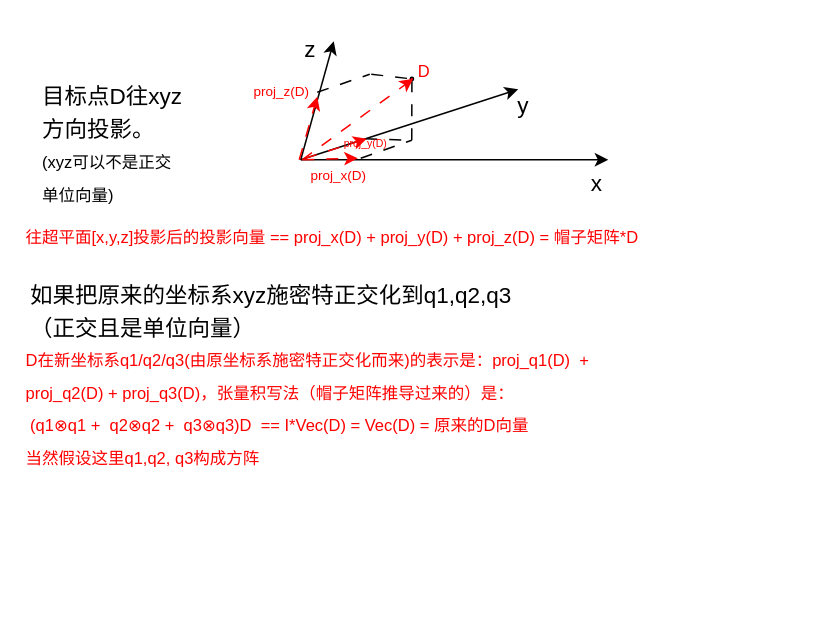
Before: page "正交投影" (1 of 3) of images/2023/power-of-matrix/power-of-matrix.drawio in wumin199/wm-blog-image, a draw.io diagram. Source tidied: cells renumbered, new cells numbered last; positions are measured from the earlier drawing's top-left corner, leaving out a move shared by most shapes. Both pictures are drawn from the tidied source at 150%, with x=0, y=0 at pixel (26, 26).
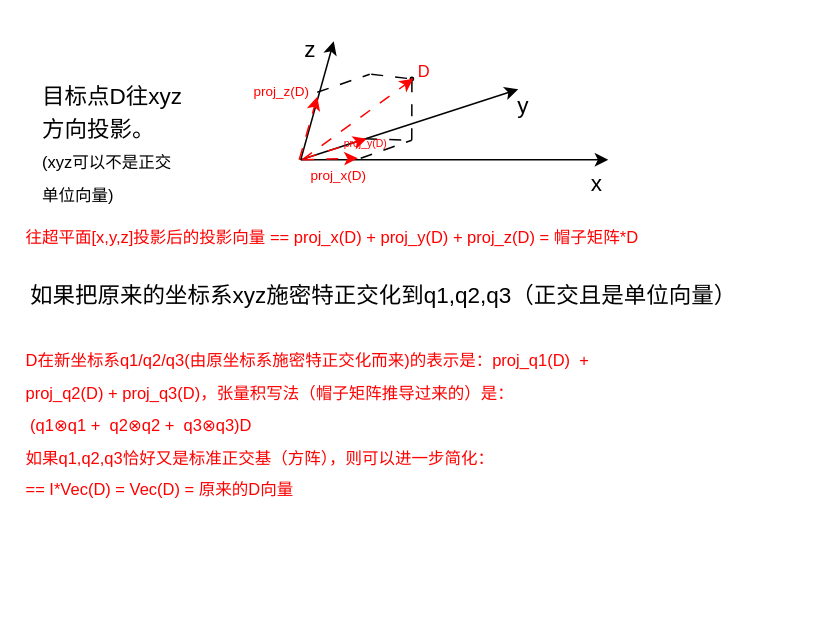
The same diagram, later.

What changed in the source:
```diff
@@
     <mxCell id="27" value="&lt;font style=&quot;&quot; color=&quot;#000000&quot;&gt;&lt;span style=&quot;font-size: 15px;&quot;&gt;如果把原来的坐标系xyz施密特正交化到q1,q2,q3（正交且是单位向量）&lt;/span&gt;&lt;br&gt;&lt;/font&gt;" style="text;html=1;strokeColor=none;fillColor=none;align=left;verticalAlign=middle;whiteSpace=wrap;rounded=0;labelBackgroundColor=none;fontSize=18;fontColor=default;comic=0;backgroundOutline=0;overflow=fill;fontFamily=Helvetica;" parent="1" vertex="1">
-      <mxGeometry x="3" y="169" width="335" height="42" as="geometry" />
+      <mxGeometry x="3" y="169" width="510" height="42" as="geometry" />
     </mxCell>
-    <mxCell id="28" value="&lt;p style=&quot;line-height: 100%;&quot;&gt;&lt;/p&gt;&lt;span style=&quot;color: rgb(255, 0, 0); font-size: 11px; text-align: center;&quot;&gt;D在新坐标系q1/q2/q3(由原坐标系施密特正交化而来)的表示是：proj_q1(D)&amp;nbsp; + proj_q2(D) + proj_q3(D)，张量积写法（帽子矩阵推导过来的）是：&lt;br&gt;&amp;nbsp;(&lt;/span&gt;&lt;font style=&quot;background-color: initial; text-align: center;&quot; color=&quot;#ff0000&quot;&gt;&lt;span style=&quot;font-size: 11px;&quot;&gt;q1&lt;/span&gt;&lt;/font&gt;&lt;font style=&quot;background-color: initial; text-align: center;&quot; face=&quot;arial, sans-serif&quot;&gt;&lt;span style=&quot;background-color: rgb(255, 255, 255);&quot;&gt;&lt;font style=&quot;font-size: 11px;&quot; color=&quot;#ff0000&quot;&gt;⊗q1 +&amp;nbsp;&lt;/font&gt;&lt;/span&gt;&lt;/font&gt;&lt;span style=&quot;color: rgb(255, 0, 0); font-size: 11px; text-align: center;&quot;&gt;&amp;nbsp;&lt;/span&gt;&lt;font style=&quot;background-color: initial; text-align: center;&quot; color=&quot;#ff0000&quot;&gt;&lt;span style=&quot;font-size: 11px;&quot;&gt;q2&lt;/span&gt;&lt;/font&gt;&lt;font style=&quot;background-color: initial; text-align: center;&quot; face=&quot;arial, sans-serif&quot;&gt;&lt;span style=&quot;background-color: rgb(255, 255, 255);&quot;&gt;&lt;font style=&quot;font-size: 11px;&quot; color=&quot;#ff0000&quot;&gt;⊗q2 +&amp;nbsp;&lt;/font&gt;&lt;/span&gt;&lt;/font&gt;&lt;span style=&quot;color: rgb(255, 0, 0); font-size: 11px; text-align: center;&quot;&gt;&amp;nbsp;&lt;/span&gt;&lt;font style=&quot;background-color: initial; text-align: center;&quot; color=&quot;#ff0000&quot;&gt;&lt;span style=&quot;font-size: 11px;&quot;&gt;q3&lt;/span&gt;&lt;/font&gt;&lt;font style=&quot;background-color: initial; text-align: center;&quot; face=&quot;arial, sans-serif&quot;&gt;&lt;span style=&quot;background-color: rgb(255, 255, 255);&quot;&gt;&lt;font style=&quot;font-size: 11px;&quot; color=&quot;#ff0000&quot;&gt;⊗q3)D&lt;/font&gt;&lt;/span&gt;&lt;/font&gt;&lt;font style=&quot;background-color: initial; text-align: center;&quot; face=&quot;arial, sans-serif&quot;&gt;&lt;span style=&quot;background-color: rgb(255, 255, 255);&quot;&gt;&lt;font style=&quot;font-size: 11px;&quot; color=&quot;#ff0000&quot;&gt;&amp;nbsp; == I*Vec(D) = Vec(D) = 原来的D向量&lt;br&gt;&lt;/font&gt;&lt;/span&gt;&lt;/font&gt;&lt;font style=&quot;background-color: initial; text-align: center;&quot; face=&quot;arial, sans-serif&quot;&gt;&lt;span style=&quot;background-color: rgb(255, 255, 255);&quot;&gt;&lt;font style=&quot;font-size: 11px;&quot; color=&quot;#ff0000&quot;&gt;当然假设这里q1,q2, q3构成方阵&lt;br&gt;&lt;/font&gt;&lt;/span&gt;&lt;/font&gt;" style="text;html=1;strokeColor=none;fillColor=none;align=left;verticalAlign=middle;whiteSpace=wrap;rounded=0;labelBackgroundColor=none;fontSize=18;fontColor=default;comic=0;backgroundOutline=0;overflow=fill;fontFamily=Helvetica;" parent="1" vertex="1">
-      <mxGeometry y="193" width="421" height="124" as="geometry" />
+    <mxCell id="28" value="&lt;p style=&quot;line-height: 100%;&quot;&gt;&lt;/p&gt;&lt;span style=&quot;color: rgb(255, 0, 0); font-size: 11px; text-align: center;&quot;&gt;D在新坐标系q1/q2/q3(由原坐标系施密特正交化而来)的表示是：proj_q1(D)&amp;nbsp; + proj_q2(D) + proj_q3(D)，张量积写法（帽子矩阵推导过来的）是：&lt;br&gt;&amp;nbsp;(&lt;/span&gt;&lt;font style=&quot;background-color: initial; text-align: center;&quot; color=&quot;#ff0000&quot;&gt;&lt;span style=&quot;font-size: 11px;&quot;&gt;q1&lt;/span&gt;&lt;/font&gt;&lt;font style=&quot;background-color: initial; text-align: center;&quot; face=&quot;arial, sans-serif&quot;&gt;&lt;span style=&quot;background-color: rgb(255, 255, 255);&quot;&gt;&lt;font style=&quot;font-size: 11px;&quot; color=&quot;#ff0000&quot;&gt;⊗q1 +&amp;nbsp;&lt;/font&gt;&lt;/span&gt;&lt;/font&gt;&lt;span style=&quot;color: rgb(255, 0, 0); font-size: 11px; text-align: center;&quot;&gt;&amp;nbsp;&lt;/span&gt;&lt;font style=&quot;background-color: initial; text-align: center;&quot; color=&quot;#ff0000&quot;&gt;&lt;span style=&quot;font-size: 11px;&quot;&gt;q2&lt;/span&gt;&lt;/font&gt;&lt;font style=&quot;background-color: initial; text-align: center;&quot; face=&quot;arial, sans-serif&quot;&gt;&lt;span style=&quot;background-color: rgb(255, 255, 255);&quot;&gt;&lt;font style=&quot;font-size: 11px;&quot; color=&quot;#ff0000&quot;&gt;⊗q2 +&amp;nbsp;&lt;/font&gt;&lt;/span&gt;&lt;/font&gt;&lt;span style=&quot;color: rgb(255, 0, 0); font-size: 11px; text-align: center;&quot;&gt;&amp;nbsp;&lt;/span&gt;&lt;font style=&quot;background-color: initial; text-align: center;&quot; color=&quot;#ff0000&quot;&gt;&lt;span style=&quot;font-size: 11px;&quot;&gt;q3&lt;/span&gt;&lt;/font&gt;&lt;font style=&quot;background-color: initial; text-align: center;&quot; face=&quot;arial, sans-serif&quot;&gt;&lt;span style=&quot;background-color: rgb(255, 255, 255);&quot;&gt;&lt;font style=&quot;font-size: 11px;&quot; color=&quot;#ff0000&quot;&gt;⊗q3)D&lt;/font&gt;&lt;/span&gt;&lt;/font&gt;&lt;font style=&quot;background-color: initial; text-align: center;&quot; face=&quot;arial, sans-serif&quot;&gt;&lt;span style=&quot;background-color: rgb(255, 255, 255);&quot;&gt;&lt;font style=&quot;font-size: 11px;&quot; color=&quot;#ff0000&quot;&gt;&amp;nbsp; &lt;br&gt;如果q1,q2,q3恰好又是标准正交基（方阵），则可以进一步简化：&lt;br&gt;== I*Vec(D) = Vec(D) = 原来的D向量&lt;/font&gt;&lt;/span&gt;&lt;/font&gt;&lt;font style=&quot;background-color: initial; text-align: center;&quot; face=&quot;arial, sans-serif&quot;&gt;&lt;span style=&quot;background-color: rgb(255, 255, 255);&quot;&gt;&lt;font style=&quot;font-size: 11px;&quot; color=&quot;#ff0000&quot;&gt;&lt;br&gt;&lt;/font&gt;&lt;/span&gt;&lt;/font&gt;" style="text;html=1;strokeColor=none;fillColor=none;align=left;verticalAlign=middle;whiteSpace=wrap;rounded=0;labelBackgroundColor=none;fontSize=18;fontColor=default;comic=0;backgroundOutline=0;overflow=fill;fontFamily=Helvetica;" parent="1" vertex="1">
+      <mxGeometry y="193" width="421" height="190" as="geometry" />
     </mxCell>
```
